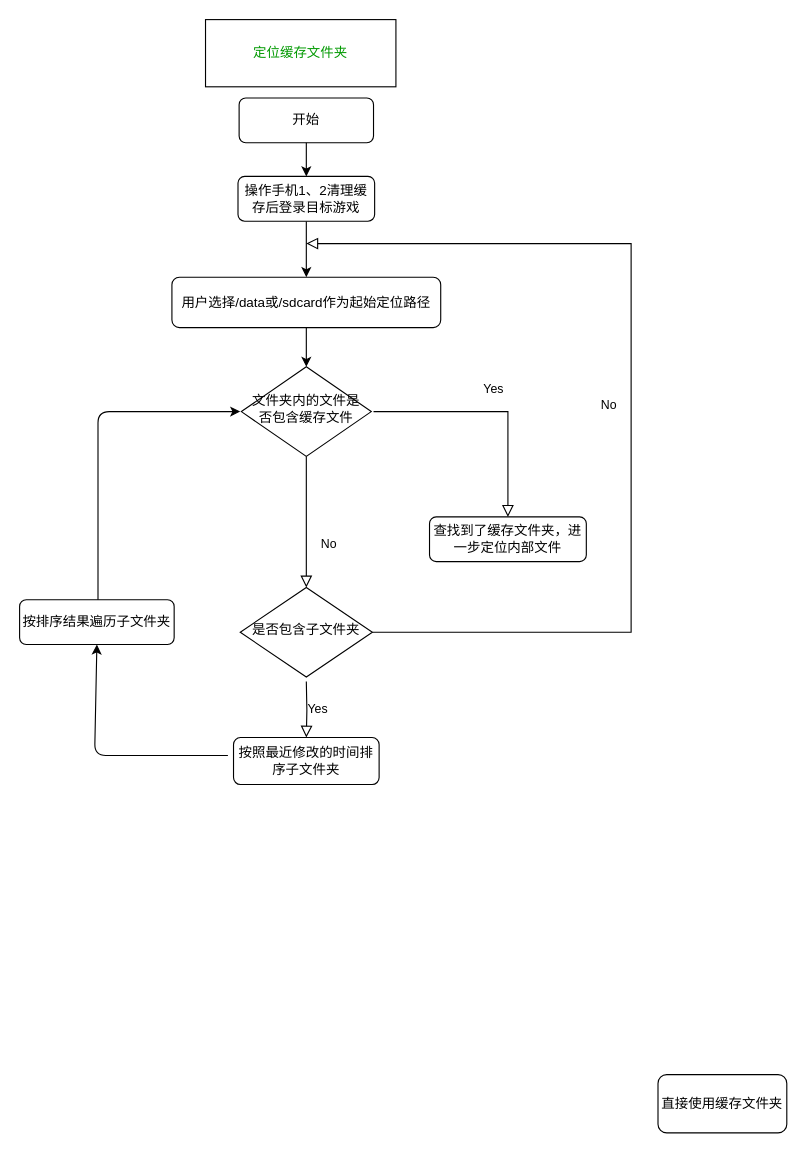
The draw.io diagram Untitled Diagram.drawio in linxierr/TVGuoBT, before the edit. Source tidied: cells renumbered, new cells numbered last; positions are measured from the earlier drawing's top-left corner, leaving out a move shared by most shapes. Both pictures are drawn from the tidied source at 112%, with x=0, y=0 at pixel (19, 19).
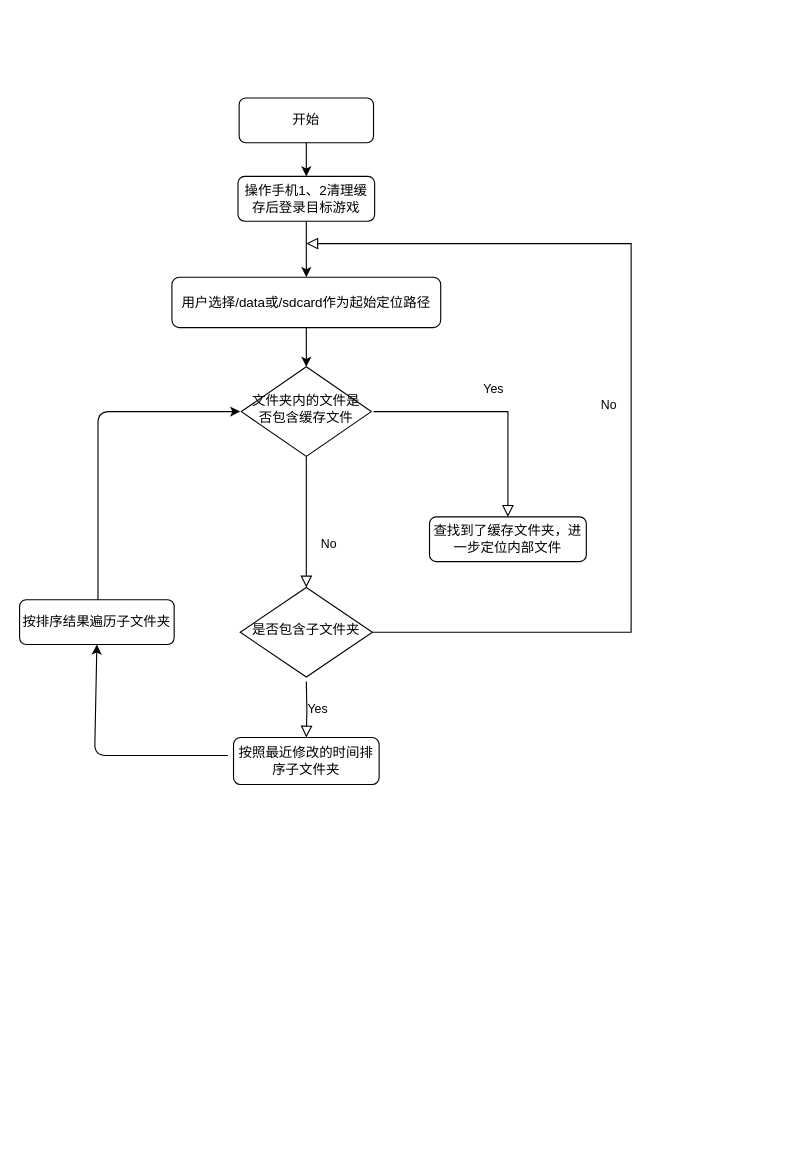
The same page after the edit.

What changed in the source:
```diff
@@
-    <mxCell id="20" value="&lt;font color=&quot;#009900&quot;&gt;定位缓存文件夹&lt;/font&gt;" style="rounded=0;whiteSpace=wrap;html=1;" parent="1" vertex="1">
-      <mxGeometry x="166" width="170" height="60" as="geometry" />
-    </mxCell>
-    <mxCell id="21" value="直接使用缓存文件夹" style="rounded=1;whiteSpace=wrap;html=1;fontSize=12;glass=0;strokeWidth=1;shadow=0;" parent="1" vertex="1">
-      <mxGeometry x="570" y="942" width="115" height="52" as="geometry" />
-    </mxCell>
```
